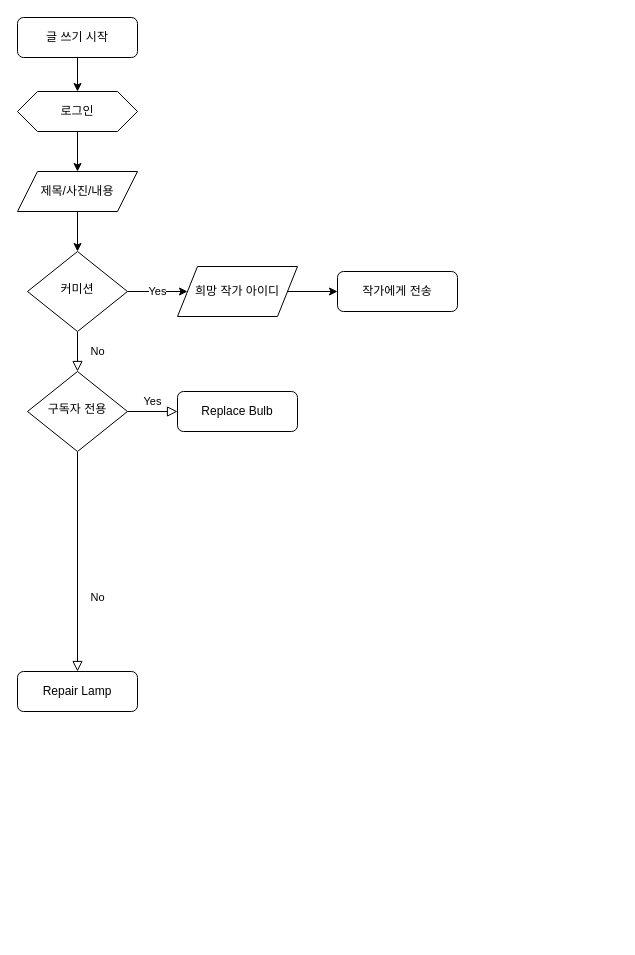
The draw.io diagram draw/flowchart.drawio in dnjsrl132/barogrim, before the edit. Source tidied: cells renumbered, new cells numbered last; positions are measured from the earlier drawing's top-left corner, leaving out a move shared by most shapes. Both pictures are drawn from the tidied source at 100%, with x=0, y=0 at pixel (17, 17).
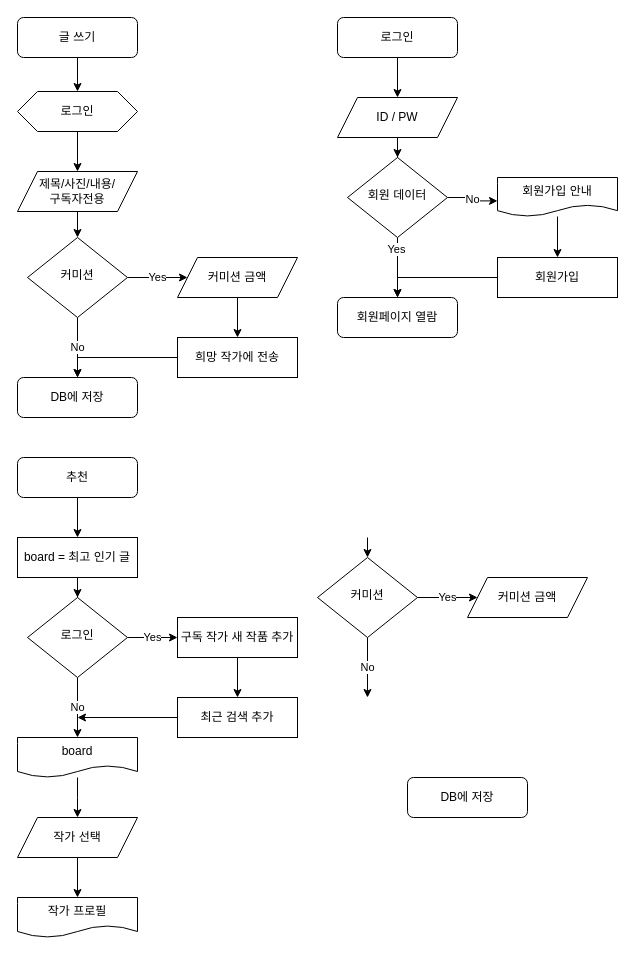
After the change.

The edit, as a diff of the source:
```diff
@@
-    <mxCell id="3" value="글 쓰기 시작" style="rounded=1;whiteSpace=wrap;html=1;fontSize=12;glass=0;strokeWidth=1;shadow=0;" parent="1" vertex="1">
+    <mxCell id="3" value="글 쓰기" style="rounded=1;whiteSpace=wrap;html=1;fontSize=12;glass=0;strokeWidth=1;shadow=0;" parent="1" vertex="1">
       <mxGeometry width="120" height="40" as="geometry" />
     </mxCell>
-    <mxCell id="4" value="No" style="rounded=0;html=1;jettySize=auto;fontSize=11;endArrow=block;endFill=0;endSize=8;strokeWidth=1;shadow=0;labelBackgroundColor=none;edgeStyle=orthogonalEdgeStyle;" parent="1" edge="1" source="6" target="10">
-      <mxGeometry y="20" relative="1" as="geometry" />
-    </mxCell>
-    <mxCell id="5" value="Yes" style="edgeStyle=orthogonalEdgeStyle;rounded=0;jettySize=auto;html=1;" parent="1" edge="1" source="6" target="18">
+    <mxCell id="5" value="Yes" style="edgeStyle=orthogonalEdgeStyle;rounded=0;jettySize=auto;html=1;entryX=0;entryY=0.5;entryDx=0;entryDy=0;" parent="1" edge="1" source="6" target="34">
       <mxGeometry relative="1" as="geometry" />
     </mxCell>
+    <mxCell id="19" value="No" style="edgeStyle=orthogonalEdgeStyle;rounded=0;jettySize=auto;html=1;entryX=0.5;entryY=0;entryDx=0;entryDy=0;" parent="1" edge="1" source="6" target="11">
+      <mxGeometry relative="1" as="geometry" />
+    </mxCell>
     <mxCell id="6" value="커미션" style="rhombus;whiteSpace=wrap;html=1;shadow=0;fontFamily=Helvetica;fontSize=12;align=center;strokeWidth=1;spacing=6;spacingTop=-4;" parent="1" vertex="1">
-      <mxGeometry x="10" y="234" width="100" height="80" as="geometry" />
+      <mxGeometry x="10" y="220" width="100" height="80" as="geometry" />
     </mxCell>
-    <mxCell id="7" value="작가에게 전송" style="rounded=1;whiteSpace=wrap;html=1;fontSize=12;glass=0;strokeWidth=1;shadow=0;" parent="1" vertex="1">
-      <mxGeometry x="320" y="254" width="120" height="40" as="geometry" />
-    </mxCell>
-    <mxCell id="8" value="No" style="rounded=0;html=1;jettySize=auto;fontSize=11;endArrow=block;endFill=0;endSize=8;strokeWidth=1;shadow=0;labelBackgroundColor=none;edgeStyle=orthogonalEdgeStyle;" parent="1" edge="1" source="10" target="11">
-      <mxGeometry x="0.33" y="20" relative="1" as="geometry" />
-    </mxCell>
-    <mxCell id="9" value="Yes" style="edgeStyle=orthogonalEdgeStyle;rounded=0;html=1;jettySize=auto;fontSize=11;endArrow=block;endFill=0;endSize=8;strokeWidth=1;shadow=0;labelBackgroundColor=none;" parent="1" edge="1" source="10" target="12">
-      <mxGeometry y="10" relative="1" as="geometry" />
-    </mxCell>
-    <mxCell id="10" value="구독자 전용" style="rhombus;whiteSpace=wrap;html=1;shadow=0;fontFamily=Helvetica;fontSize=12;align=center;strokeWidth=1;spacing=6;spacingTop=-4;" parent="1" vertex="1">
-      <mxGeometry x="10" y="354" width="100" height="80" as="geometry" />
-    </mxCell>
-    <mxCell id="11" value="Repair Lamp" style="rounded=1;whiteSpace=wrap;html=1;fontSize=12;glass=0;strokeWidth=1;shadow=0;" parent="1" vertex="1">
-      <mxGeometry y="654" width="120" height="40" as="geometry" />
+    <mxCell id="11" value="DB에 저장" style="rounded=1;whiteSpace=wrap;html=1;fontSize=12;glass=0;strokeWidth=1;shadow=0;" parent="1" vertex="1">
+      <mxGeometry y="360" width="120" height="40" as="geometry" />
     </mxCell>
-    <mxCell id="12" value="Replace Bulb" style="rounded=1;whiteSpace=wrap;html=1;fontSize=12;glass=0;strokeWidth=1;shadow=0;" parent="1" vertex="1">
-      <mxGeometry x="160" y="374" width="120" height="40" as="geometry" />
-    </mxCell>
@@
-    <mxCell id="16" value="제목/사진/내용" style="shape=parallelogram;perimeter=parallelogramPerimeter;whiteSpace=wrap;html=1;fixedSize=1;" parent="1" vertex="1">
+    <mxCell id="16" value="제목/사진/내용/&lt;br&gt;구독자전용" style="shape=parallelogram;perimeter=parallelogramPerimeter;whiteSpace=wrap;html=1;fixedSize=1;" parent="1" vertex="1">
       <mxGeometry y="154" width="120" height="40" as="geometry" />
     </mxCell>
-    <mxCell id="17" style="edgeStyle=orthogonalEdgeStyle;rounded=0;jettySize=auto;html=1;entryX=0;entryY=0.5;entryDx=0;entryDy=0;" parent="1" edge="1" source="18" target="7">
-      <mxGeometry relative="1" as="geometry" />
-    </mxCell>
-    <mxCell id="18" value="희망 작가 아이디" style="shape=parallelogram;perimeter=parallelogramPerimeter;whiteSpace=wrap;html=1;fixedSize=1;" parent="1" vertex="1">
-      <mxGeometry x="160" y="249" width="120" height="50" as="geometry" />
-    </mxCell>
+    <mxCell id="20" style="edgeStyle=orthogonalEdgeStyle;rounded=0;jettySize=auto;html=1;exitX=0.5;exitY=1;exitDx=0;exitDy=0;" parent="1" edge="1" source="34" target="22">
+      <mxGeometry relative="1" as="geometry" />
+    </mxCell>
+    <mxCell id="21" style="edgeStyle=orthogonalEdgeStyle;rounded=0;jettySize=auto;html=1;entryX=0.5;entryY=0;entryDx=0;entryDy=0;" parent="1" edge="1" source="22" target="11">
+      <mxGeometry relative="1" as="geometry" />
+    </mxCell>
+    <mxCell id="22" value="희망 작가에 전송" style="rounded=0;whiteSpace=wrap;html=1;" parent="1" vertex="1">
+      <mxGeometry x="160" y="320" width="120" height="40" as="geometry" />
+    </mxCell>
+    <mxCell id="23" value="로그인" style="rounded=1;whiteSpace=wrap;html=1;fontSize=12;glass=0;strokeWidth=1;shadow=0;" parent="1" vertex="1">
+      <mxGeometry x="320" width="120" height="40" as="geometry" />
+    </mxCell>
+    <mxCell id="24" value="No" style="edgeStyle=orthogonalEdgeStyle;rounded=0;jettySize=auto;html=1;entryX=0;entryY=0.6;entryDx=0;entryDy=0;entryPerimeter=0;" parent="1" edge="1" source="27" target="36">
+      <mxGeometry relative="1" as="geometry" />
+    </mxCell>
+    <mxCell id="25" style="edgeStyle=orthogonalEdgeStyle;rounded=0;jettySize=auto;html=1;entryX=0.5;entryY=0;entryDx=0;entryDy=0;" parent="1" edge="1" source="27" target="28">
+      <mxGeometry relative="1" as="geometry" />
+    </mxCell>
+    <mxCell id="26" value="Yes" style="edgeLabel;html=1;align=center;verticalAlign=middle;" parent="25" vertex="1">
+      <mxGeometry x="-0.62" y="-2" relative="1" as="geometry" />
+    </mxCell>
+    <mxCell id="27" value="회원 데이터" style="rhombus;whiteSpace=wrap;html=1;shadow=0;fontFamily=Helvetica;fontSize=12;align=center;strokeWidth=1;spacing=6;spacingTop=-4;" parent="1" vertex="1">
+      <mxGeometry x="330" y="140" width="100" height="80" as="geometry" />
+    </mxCell>
+    <mxCell id="28" value="회원페이지 열람" style="rounded=1;whiteSpace=wrap;html=1;fontSize=12;glass=0;strokeWidth=1;shadow=0;" parent="1" vertex="1">
+      <mxGeometry x="320" y="280" width="120" height="40" as="geometry" />
+    </mxCell>
+    <mxCell id="29" style="edgeStyle=orthogonalEdgeStyle;rounded=0;jettySize=auto;html=1;entryX=0.5;entryY=0;entryDx=0;entryDy=0;exitX=0.5;exitY=1;exitDx=0;exitDy=0;" parent="1" edge="1" source="23" target="31">
+      <mxGeometry relative="1" as="geometry" />
+    </mxCell>
+    <mxCell id="30" style="edgeStyle=orthogonalEdgeStyle;rounded=0;jettySize=auto;html=1;entryX=0.5;entryY=0;entryDx=0;entryDy=0;" parent="1" edge="1" source="31" target="27">
+      <mxGeometry relative="1" as="geometry" />
+    </mxCell>
+    <mxCell id="31" value="ID / PW" style="shape=parallelogram;perimeter=parallelogramPerimeter;whiteSpace=wrap;html=1;fixedSize=1;" parent="1" vertex="1">
+      <mxGeometry x="320" y="80" width="120" height="40" as="geometry" />
+    </mxCell>
+    <mxCell id="32" style="edgeStyle=orthogonalEdgeStyle;rounded=0;jettySize=auto;html=1;entryX=0.5;entryY=0;entryDx=0;entryDy=0;" parent="1" edge="1" source="33" target="28">
+      <mxGeometry relative="1" as="geometry" />
+    </mxCell>
+    <mxCell id="33" value="회원가입" style="rounded=0;whiteSpace=wrap;html=1;" parent="1" vertex="1">
+      <mxGeometry x="480" y="240" width="120" height="40" as="geometry" />
+    </mxCell>
+    <mxCell id="34" value="커미션 금액" style="shape=parallelogram;perimeter=parallelogramPerimeter;whiteSpace=wrap;html=1;fixedSize=1;" parent="1" vertex="1">
+      <mxGeometry x="160" y="240" width="120" height="40" as="geometry" />
+    </mxCell>
+    <mxCell id="35" style="edgeStyle=orthogonalEdgeStyle;rounded=0;jettySize=auto;html=1;entryX=0.5;entryY=0;entryDx=0;entryDy=0;" parent="1" edge="1" source="36" target="33">
+      <mxGeometry relative="1" as="geometry" />
+    </mxCell>
+    <mxCell id="36" value="회원가입 안내" style="shape=document;whiteSpace=wrap;html=1;boundedLbl=1;" parent="1" vertex="1">
+      <mxGeometry x="480" y="160" width="120" height="39" as="geometry" />
+    </mxCell>
+    <mxCell id="37" value="추천" style="rounded=1;whiteSpace=wrap;html=1;fontSize=12;glass=0;strokeWidth=1;shadow=0;" parent="1" vertex="1">
+      <mxGeometry y="440" width="120" height="40" as="geometry" />
+    </mxCell>
+    <mxCell id="38" value="Yes" style="edgeStyle=orthogonalEdgeStyle;rounded=0;jettySize=auto;html=1;entryX=0;entryY=0.5;entryDx=0;entryDy=0;" parent="1" edge="1" source="40" target="45">
+      <mxGeometry relative="1" as="geometry" />
+    </mxCell>
+    <mxCell id="39" value="No" style="edgeStyle=orthogonalEdgeStyle;rounded=0;jettySize=auto;html=1;entryX=0.5;entryY=0;entryDx=0;entryDy=0;" parent="1" edge="1" source="40">
+      <mxGeometry relative="1" as="geometry">
+        <mxPoint x="350" y="680" as="targetPoint" />
+      </mxGeometry>
+    </mxCell>
+    <mxCell id="40" value="커미션" style="rhombus;whiteSpace=wrap;html=1;shadow=0;fontFamily=Helvetica;fontSize=12;align=center;strokeWidth=1;spacing=6;spacingTop=-4;" parent="1" vertex="1">
+      <mxGeometry x="300" y="540" width="100" height="80" as="geometry" />
+    </mxCell>
+    <mxCell id="41" value="DB에 저장" style="rounded=1;whiteSpace=wrap;html=1;fontSize=12;glass=0;strokeWidth=1;shadow=0;" parent="1" vertex="1">
+      <mxGeometry x="390" y="760" width="120" height="40" as="geometry" />
+    </mxCell>
+    <mxCell id="42" style="edgeStyle=orthogonalEdgeStyle;rounded=0;jettySize=auto;html=1;entryX=0.5;entryY=0;entryDx=0;entryDy=0;" parent="1" edge="1" target="40">
+      <mxGeometry relative="1" as="geometry">
+        <mxPoint x="350" y="520" as="sourcePoint" />
+      </mxGeometry>
+    </mxCell>
+    <mxCell id="43" style="edgeStyle=orthogonalEdgeStyle;rounded=0;jettySize=auto;html=1;" parent="1" edge="1" source="44" target="53">
+      <mxGeometry relative="1" as="geometry" />
+    </mxCell>
+    <mxCell id="44" value="구독 작가 새 작품 추가" style="rounded=0;whiteSpace=wrap;html=1;" parent="1" vertex="1">
+      <mxGeometry x="160" y="600" width="120" height="40" as="geometry" />
+    </mxCell>
+    <mxCell id="45" value="커미션 금액" style="shape=parallelogram;perimeter=parallelogramPerimeter;whiteSpace=wrap;html=1;fixedSize=1;" parent="1" vertex="1">
+      <mxGeometry x="450" y="560" width="120" height="40" as="geometry" />
+    </mxCell>
+    <mxCell id="46" style="edgeStyle=orthogonalEdgeStyle;rounded=0;jettySize=auto;html=1;entryX=0.5;entryY=0;entryDx=0;entryDy=0;exitX=0.5;exitY=1;exitDx=0;exitDy=0;" parent="1" edge="1" source="37" target="48">
+      <mxGeometry relative="1" as="geometry" />
+    </mxCell>
+    <mxCell id="47" style="edgeStyle=orthogonalEdgeStyle;rounded=0;jettySize=auto;html=1;entryX=0.5;entryY=0;entryDx=0;entryDy=0;" parent="1" edge="1" source="48" target="51">
+      <mxGeometry relative="1" as="geometry" />
+    </mxCell>
+    <mxCell id="48" value="board = 최고 인기 글" style="rounded=0;whiteSpace=wrap;html=1;" parent="1" vertex="1">
+      <mxGeometry y="520" width="120" height="40" as="geometry" />
+    </mxCell>
+    <mxCell id="49" value="Yes" style="edgeStyle=orthogonalEdgeStyle;rounded=0;jettySize=auto;html=1;entryX=0;entryY=0.5;entryDx=0;entryDy=0;" parent="1" edge="1" source="51" target="44">
+      <mxGeometry relative="1" as="geometry" />
+    </mxCell>
+    <mxCell id="50" value="No" style="edgeStyle=orthogonalEdgeStyle;rounded=0;jettySize=auto;html=1;" parent="1" edge="1" source="51">
+      <mxGeometry relative="1" as="geometry">
+        <mxPoint x="60" y="720" as="targetPoint" />
+      </mxGeometry>
+    </mxCell>
+    <mxCell id="51" value="로그인" style="rhombus;whiteSpace=wrap;html=1;shadow=0;fontFamily=Helvetica;fontSize=12;align=center;strokeWidth=1;spacing=6;spacingTop=-4;" parent="1" vertex="1">
+      <mxGeometry x="10" y="580" width="100" height="80" as="geometry" />
+    </mxCell>
+    <mxCell id="52" style="edgeStyle=orthogonalEdgeStyle;rounded=0;jettySize=auto;html=1;" parent="1" edge="1" source="53">
+      <mxGeometry relative="1" as="geometry">
+        <mxPoint x="60" y="700" as="targetPoint" />
+      </mxGeometry>
+    </mxCell>
+    <mxCell id="53" value="최근 검색 추가" style="rounded=0;whiteSpace=wrap;html=1;" parent="1" vertex="1">
+      <mxGeometry x="160" y="680" width="120" height="40" as="geometry" />
+    </mxCell>
+    <mxCell id="54" style="edgeStyle=orthogonalEdgeStyle;rounded=0;jettySize=auto;html=1;" parent="1" edge="1" source="55">
+      <mxGeometry relative="1" as="geometry">
+        <mxPoint x="60" y="800" as="targetPoint" />
+      </mxGeometry>
+    </mxCell>
+    <mxCell id="55" value="board" style="shape=document;whiteSpace=wrap;html=1;boundedLbl=1;" parent="1" vertex="1">
+      <mxGeometry y="720" width="120" height="40" as="geometry" />
+    </mxCell>
+    <mxCell id="56" style="edgeStyle=orthogonalEdgeStyle;rounded=0;jettySize=auto;html=1;entryX=0.5;entryY=0;entryDx=0;entryDy=0;" parent="1" edge="1" source="57" target="58">
+      <mxGeometry relative="1" as="geometry" />
+    </mxCell>
+    <mxCell id="57" value="작가 선택" style="shape=parallelogram;perimeter=parallelogramPerimeter;whiteSpace=wrap;html=1;fixedSize=1;" parent="1" vertex="1">
+      <mxGeometry y="800" width="120" height="40" as="geometry" />
+    </mxCell>
+    <mxCell id="58" value="작가 프로필" style="shape=document;whiteSpace=wrap;html=1;boundedLbl=1;" parent="1" vertex="1">
+      <mxGeometry y="880" width="120" height="40" as="geometry" />
+    </mxCell>
```
